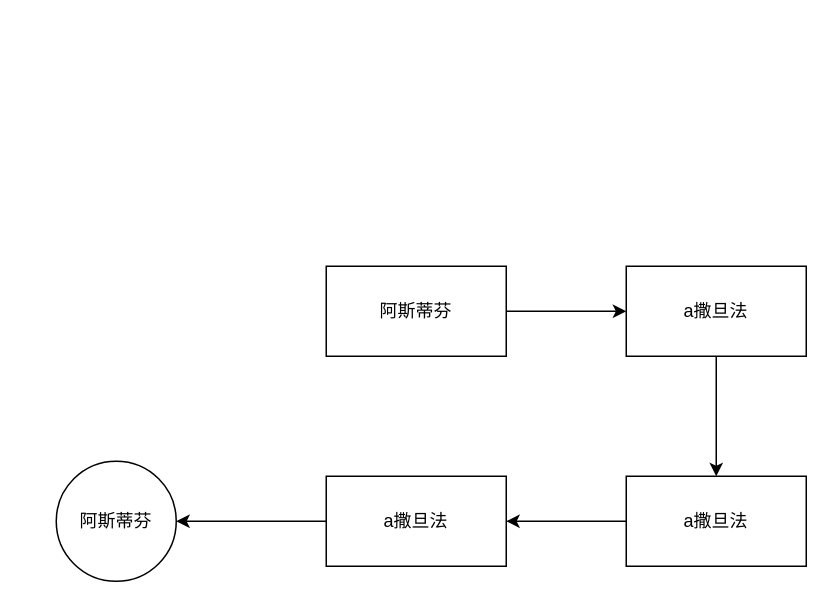
Above: page "第 2 页" (2 of 2) of 未命名绘图.drawio in zhuwenqing678/reborn (draw.io), before the change. Source tidied: cells renumbered, new cells numbered last; positions are measured from the earlier drawing's top-left corner, leaving out a move shared by most shapes. Both pictures are drawn from the tidied source at 150%, with x=0, y=0 at pixel (56, 266).
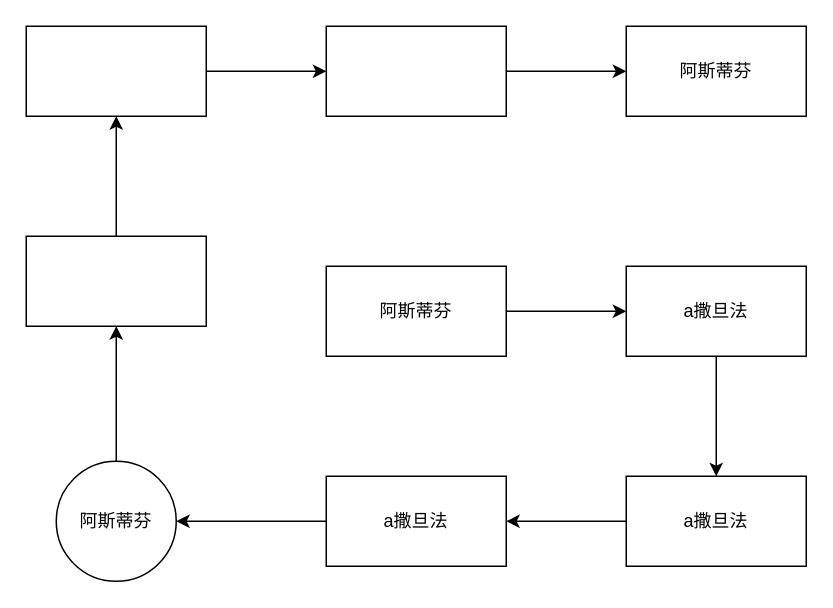
Above is the later version.

Commit message:
更新未命名绘图.drawio

What changed in the source:
```diff
@@
 <mxGraphModel>
   <root>
     <mxCell id="0" />
     <mxCell id="1" parent="0" />
     <mxCell id="2" style="edgeStyle=orthogonalEdgeStyle;rounded=0;jettySize=auto;html=1;" parent="1" edge="1" source="3" target="5">
       <mxGeometry relative="1" as="geometry" />
     </mxCell>
     <mxCell id="3" value="阿斯蒂芬" style="rounded=0;whiteSpace=wrap;html=1;" parent="1" vertex="1">
       <mxGeometry x="180" width="120" height="60" as="geometry" />
     </mxCell>
     <mxCell id="4" style="edgeStyle=orthogonalEdgeStyle;rounded=0;jettySize=auto;html=1;" parent="1" edge="1" source="5" target="7">
       <mxGeometry relative="1" as="geometry" />
     </mxCell>
     <mxCell id="5" value="a撒旦法" style="rounded=0;whiteSpace=wrap;html=1;" parent="1" vertex="1">
       <mxGeometry x="380" width="120" height="60" as="geometry" />
     </mxCell>
     <mxCell id="6" style="edgeStyle=orthogonalEdgeStyle;rounded=0;jettySize=auto;html=1;" parent="1" edge="1" source="7" target="9">
       <mxGeometry relative="1" as="geometry" />
     </mxCell>
     <mxCell id="7" value="a撒旦法" style="rounded=0;whiteSpace=wrap;html=1;" parent="1" vertex="1">
       <mxGeometry x="380" y="140" width="120" height="60" as="geometry" />
     </mxCell>
     <mxCell id="8" style="edgeStyle=orthogonalEdgeStyle;rounded=0;jettySize=auto;html=1;" parent="1" edge="1" source="9" target="10">
       <mxGeometry relative="1" as="geometry" />
     </mxCell>
     <mxCell id="9" value="a撒旦法" style="rounded=0;whiteSpace=wrap;html=1;" parent="1" vertex="1">
       <mxGeometry x="180" y="140" width="120" height="60" as="geometry" />
     </mxCell>
+    <mxCell id="11" style="edgeStyle=orthogonalEdgeStyle;rounded=0;jettySize=auto;html=1;" parent="1" edge="1" source="10" target="13">
+      <mxGeometry relative="1" as="geometry" />
+    </mxCell>
     <mxCell id="10" value="阿斯蒂芬" style="ellipse;whiteSpace=wrap;html=1;rounded=0;" parent="1" vertex="1">
       <mxGeometry y="130" width="80" height="80" as="geometry" />
     </mxCell>
+    <mxCell id="12" style="edgeStyle=orthogonalEdgeStyle;rounded=0;jettySize=auto;html=1;" parent="1" edge="1" source="13" target="15">
+      <mxGeometry relative="1" as="geometry" />
+    </mxCell>
+    <mxCell id="13" style="whiteSpace=wrap;html=1;rounded=0;" parent="1" vertex="1">
+      <mxGeometry x="-20" y="-20" width="120" height="60" as="geometry" />
+    </mxCell>
+    <mxCell id="14" style="edgeStyle=orthogonalEdgeStyle;rounded=0;jettySize=auto;html=1;" parent="1" edge="1" source="15" target="17">
+      <mxGeometry relative="1" as="geometry" />
+    </mxCell>
+    <mxCell id="15" style="whiteSpace=wrap;html=1;rounded=0;" parent="1" vertex="1">
+      <mxGeometry x="-20" y="-160" width="120" height="60" as="geometry" />
+    </mxCell>
+    <mxCell id="16" style="edgeStyle=orthogonalEdgeStyle;rounded=0;jettySize=auto;html=1;" parent="1" edge="1" source="17" target="18">
+      <mxGeometry relative="1" as="geometry" />
+    </mxCell>
+    <mxCell id="17" style="whiteSpace=wrap;html=1;rounded=0;" parent="1" vertex="1">
+      <mxGeometry x="180" y="-160" width="120" height="60" as="geometry" />
+    </mxCell>
+    <mxCell id="18" value="阿斯蒂芬" style="whiteSpace=wrap;html=1;rounded=0;" parent="1" vertex="1">
+      <mxGeometry x="380" y="-160" width="120" height="60" as="geometry" />
+    </mxCell>
   </root>
 </mxGraphModel>
```
